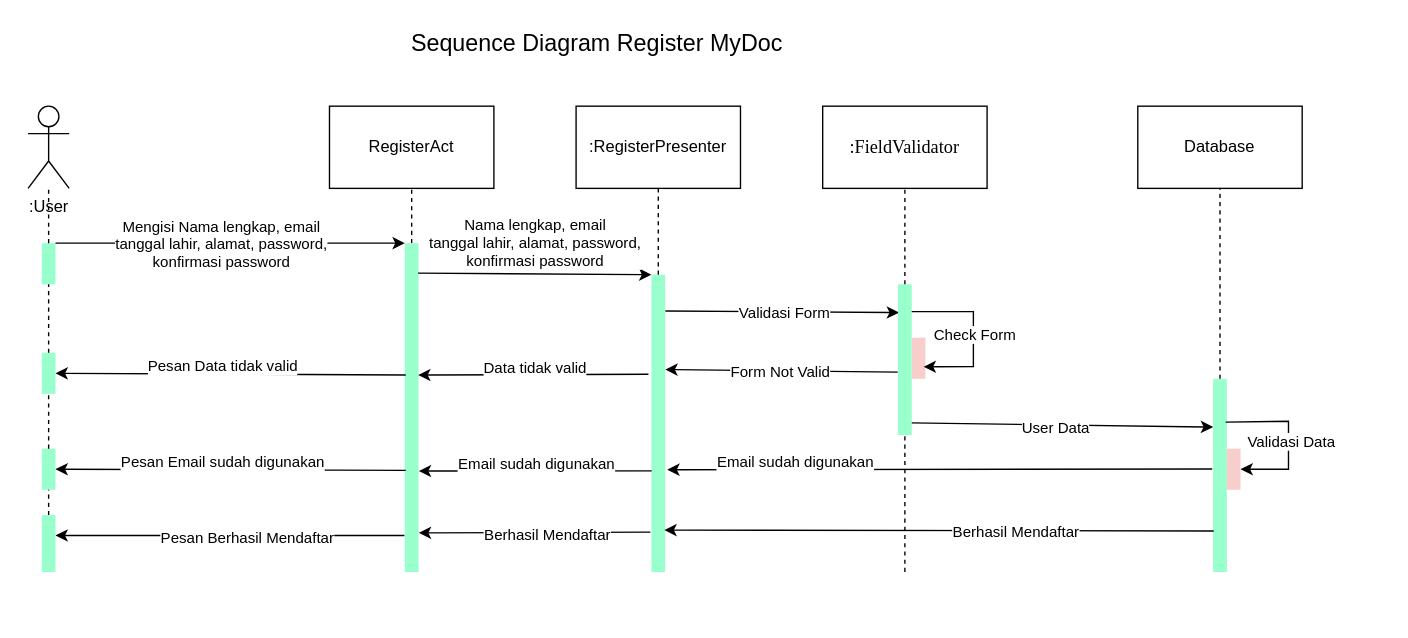
The draw.io diagram page "Register" (3 of 7) of documents/squance_diagram.drawio in codernewbie04/MyDoc, before the edit. Source tidied: cells renumbered, new cells numbered last; positions are measured from the earlier drawing's top-left corner, leaving out a move shared by most shapes. Both pictures are drawn from the tidied source at 137%, with x=0, y=0 at pixel (27, 23).
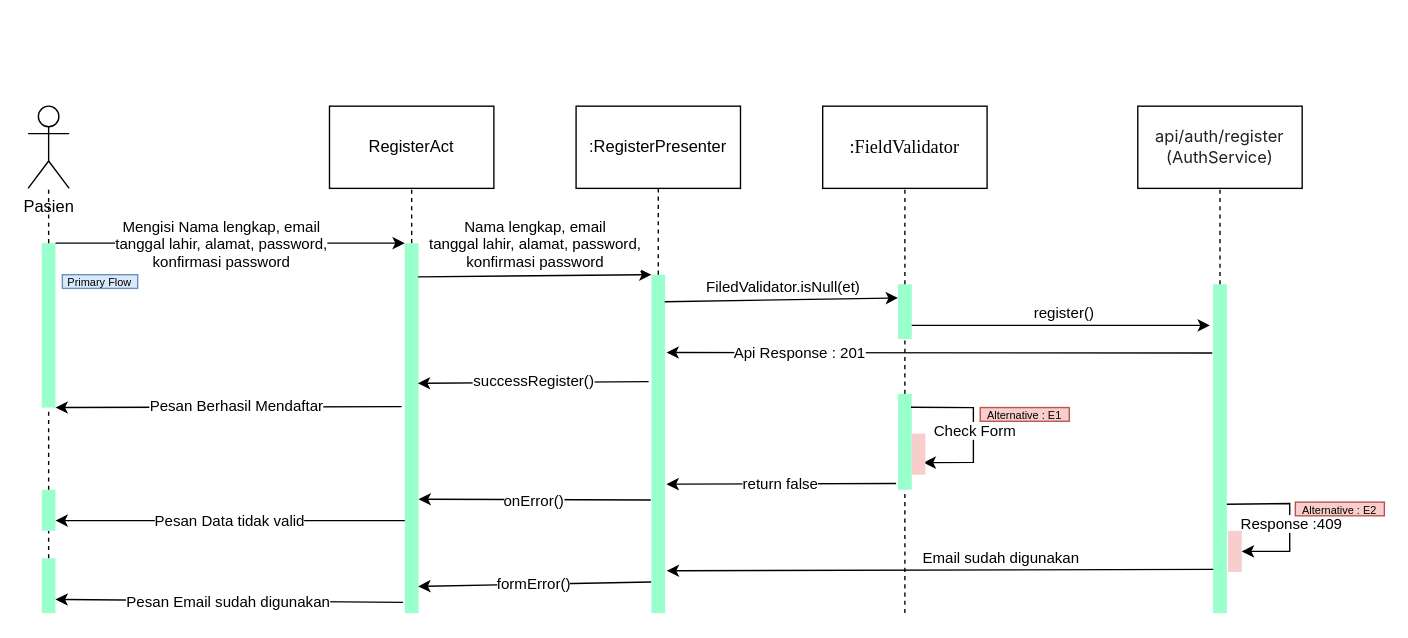
After the change.

Diff of the diagram source:
```diff
@@
-    <mxCell id="2" value=":User" style="shape=umlActor;verticalLabelPosition=bottom;verticalAlign=top;html=1;" parent="1" vertex="1">
+    <mxCell id="2" value="Pasien" style="shape=umlActor;verticalLabelPosition=bottom;verticalAlign=top;html=1;" parent="1" vertex="1">
       <mxGeometry y="60" width="30" height="60" as="geometry" />
     </mxCell>
@@
     <mxCell id="5" style="rounded=0;whiteSpace=wrap;html=1;strokeColor=none;fillColor=#99FFCC;" parent="1" vertex="1">
-      <mxGeometry x="275" y="160" width="10" height="240" as="geometry" />
+      <mxGeometry x="275" y="160" width="10" height="270" as="geometry" />
     </mxCell>
     <mxCell id="6" style="rounded=0;whiteSpace=wrap;html=1;fillColor=#99FFCC;strokeColor=none;" parent="1" vertex="1">
-      <mxGeometry x="10" y="160" width="10" height="30" as="geometry" />
+      <mxGeometry x="10" y="160" width="10" height="120" as="geometry" />
     </mxCell>
@@
-    <mxCell id="11" value="Database" style="rounded=0;whiteSpace=wrap;html=1;" parent="1" vertex="1">
+    <mxCell id="11" value="&lt;span style=&quot;color: rgb(33, 33, 33); font-family: Inter, system-ui, -apple-system, BlinkMacSystemFont, &amp;quot;Segoe UI&amp;quot;, Roboto, Oxygen, Ubuntu, Cantarell, &amp;quot;Fira Sans&amp;quot;, &amp;quot;Droid Sans&amp;quot;, Helvetica, Arial, sans-serif; text-align: left; background-color: rgb(255, 255, 255);&quot;&gt;api/auth/register&lt;br&gt;&lt;/span&gt;&lt;span style=&quot;color: rgb(33, 33, 33); font-family: Inter, system-ui, -apple-system, BlinkMacSystemFont, &amp;quot;Segoe UI&amp;quot;, Roboto, Oxygen, Ubuntu, Cantarell, &amp;quot;Fira Sans&amp;quot;, &amp;quot;Droid Sans&amp;quot;, Helvetica, Arial, sans-serif; text-align: left; background-color: rgb(255, 255, 255);&quot;&gt;(AuthService)&lt;/span&gt;&lt;span style=&quot;color: rgb(33, 33, 33); font-family: Inter, system-ui, -apple-system, BlinkMacSystemFont, &amp;quot;Segoe UI&amp;quot;, Roboto, Oxygen, Ubuntu, Cantarell, &amp;quot;Fira Sans&amp;quot;, &amp;quot;Droid Sans&amp;quot;, Helvetica, Arial, sans-serif; text-align: left; background-color: rgb(255, 255, 255);&quot;&gt;&lt;br&gt;&lt;/span&gt;" style="rounded=0;whiteSpace=wrap;html=1;" parent="1" vertex="1">
       <mxGeometry x="810" y="60" width="120" height="60" as="geometry" />
     </mxCell>
     <mxCell id="12" style="rounded=0;whiteSpace=wrap;html=1;strokeColor=none;fillColor=#99FFCC;" parent="1" vertex="1">
-      <mxGeometry x="455" y="183" width="10" height="217" as="geometry" />
+      <mxGeometry x="455" y="183" width="10" height="247" as="geometry" />
     </mxCell>
@@
-    <mxCell id="16" style="endArrow=classic;html=1;rounded=0;exitX=1.017;exitY=0.122;exitDx=0;exitDy=0;exitPerimeter=0;entryX=0.076;entryY=0.188;entryDx=0;entryDy=0;entryPerimeter=0;" parent="1" edge="1" source="12" target="50">
+    <mxCell id="16" style="endArrow=classic;html=1;rounded=0;exitX=0.966;exitY=0.08;exitDx=0;exitDy=0;exitPerimeter=0;entryX=0;entryY=0.25;entryDx=0;entryDy=0;" parent="1" edge="1" source="12" target="50">
       <mxGeometry relative="1" as="geometry" />
     </mxCell>
-    <mxCell id="17" value="Validasi Form" style="edgeLabel;html=1;align=center;verticalAlign=middle;" parent="16" vertex="1">
-      <mxGeometry x="0.01" relative="1" as="geometry" />
+    <mxCell id="17" value="FiledValidator.isNull(et)" style="edgeLabel;html=1;align=center;verticalAlign=middle;" parent="16" vertex="1">
+      <mxGeometry x="0.01" relative="1" as="geometry">
+        <mxPoint y="-10" as="offset" />
+      </mxGeometry>
     </mxCell>
-    <mxCell id="18" style="rounded=0;whiteSpace=wrap;html=1;fillColor=#f8cecc;strokeColor=none;" parent="1" vertex="1">
-      <mxGeometry x="645" y="229" width="10" height="30" as="geometry" />
-    </mxCell>
-    <mxCell id="19" style="endArrow=classic;html=1;rounded=0;entryX=0.971;entryY=0.401;entryDx=0;entryDy=0;entryPerimeter=0;exitX=-0.219;exitY=0.335;exitDx=0;exitDy=0;exitPerimeter=0;" parent="1" edge="1" source="12" target="5">
-      <mxGeometry relative="1" as="geometry" />
-    </mxCell>
-    <mxCell id="20" value="Data tidak valid" style="edgeLabel;html=1;align=center;verticalAlign=middle;" parent="19" vertex="1">
-      <mxGeometry x="0.16" y="-2" relative="1" as="geometry">
-        <mxPoint x="14" y="-4" as="offset" />
-      </mxGeometry>
-    </mxCell>
-    <mxCell id="21" style="rounded=0;whiteSpace=wrap;html=1;fillColor=#99FFCC;strokeColor=none;" parent="1" vertex="1">
-      <mxGeometry x="10" y="240" width="10" height="30" as="geometry" />
-    </mxCell>
-    <mxCell id="22" style="endArrow=none;dashed=1;html=1;rounded=0;exitX=0.5;exitY=0;exitDx=0;exitDy=0;entryX=0.5;entryY=1;entryDx=0;entryDy=0;" parent="1" edge="1" source="21" target="6">
-      <mxGeometry relative="1" as="geometry" />
-    </mxCell>
-    <mxCell id="23" style="endArrow=classic;html=1;rounded=0;exitX=0.067;exitY=0.401;exitDx=0;exitDy=0;exitPerimeter=0;" parent="1" edge="1" source="5" target="21">
-      <mxGeometry relative="1" as="geometry" />
-    </mxCell>
-    <mxCell id="24" value="Pesan Data tidak valid" style="edgeLabel;html=1;align=center;verticalAlign=middle;" parent="23" vertex="1">
-      <mxGeometry x="0.16" y="-2" relative="1" as="geometry">
-        <mxPoint x="14" y="-4" as="offset" />
-      </mxGeometry>
-    </mxCell>
     <mxCell id="25" style="rounded=0;whiteSpace=wrap;html=1;strokeColor=none;fillColor=#99FFCC;" parent="1" vertex="1">
-      <mxGeometry x="865" y="259" width="10" height="141" as="geometry" />
+      <mxGeometry x="865" y="190" width="10" height="240" as="geometry" />
     </mxCell>
-    <mxCell id="26" style="endArrow=classic;html=1;rounded=0;entryX=0;entryY=0.25;entryDx=0;entryDy=0;exitX=0.96;exitY=0.92;exitDx=0;exitDy=0;exitPerimeter=0;" parent="1" edge="1" source="50" target="25">
-      <mxGeometry relative="1" as="geometry" />
-    </mxCell>
-    <mxCell id="27" value="User Data" style="edgeLabel;html=1;align=center;verticalAlign=middle;" parent="26" vertex="1">
-      <mxGeometry x="-0.05" y="-2" relative="1" as="geometry" />
-    </mxCell>
-    <mxCell id="28" style="endArrow=classic;html=1;rounded=0;exitX=0.912;exitY=0.224;exitDx=0;exitDy=0;exitPerimeter=0;entryX=1;entryY=0.5;entryDx=0;entryDy=0;" parent="1" edge="1" source="25" target="30">
-      <mxGeometry relative="1" as="geometry">
-        <Array as="points">
-          <mxPoint x="920" y="290" />
-          <mxPoint x="920" y="325" />
-        </Array>
-      </mxGeometry>
-    </mxCell>
-    <mxCell id="29" value="Validasi Data" style="edgeLabel;html=1;align=center;verticalAlign=middle;" parent="28" vertex="1">
-      <mxGeometry x="-0.01" y="1" relative="1" as="geometry">
-        <mxPoint y="3" as="offset" />
-      </mxGeometry>
-    </mxCell>
-    <mxCell id="30" style="rounded=0;whiteSpace=wrap;html=1;fillColor=#f8cecc;strokeColor=none;" parent="1" vertex="1">
-      <mxGeometry x="875" y="310" width="10" height="30" as="geometry" />
-    </mxCell>
-    <mxCell id="31" style="endArrow=classic;html=1;rounded=0;entryX=1.156;entryY=0.656;entryDx=0;entryDy=0;entryPerimeter=0;exitX=-0.067;exitY=0.467;exitDx=0;exitDy=0;exitPerimeter=0;" parent="1" edge="1" source="25" target="12">
-      <mxGeometry relative="1" as="geometry" />
-    </mxCell>
-    <mxCell id="32" value="Email sudah digunakan" style="edgeLabel;html=1;align=center;verticalAlign=middle;" parent="31" vertex="1">
-      <mxGeometry x="0.16" y="-2" relative="1" as="geometry">
-        <mxPoint x="-74" y="-4" as="offset" />
-      </mxGeometry>
-    </mxCell>
-    <mxCell id="33" style="endArrow=classic;html=1;rounded=0;entryX=1.019;entryY=0.693;entryDx=0;entryDy=0;entryPerimeter=0;exitX=0.019;exitY=0.66;exitDx=0;exitDy=0;exitPerimeter=0;" parent="1" edge="1" source="12" target="5">
-      <mxGeometry relative="1" as="geometry" />
-    </mxCell>
-    <mxCell id="34" value="Email sudah digunakan" style="edgeLabel;html=1;align=center;verticalAlign=middle;" parent="33" vertex="1">
-      <mxGeometry x="0.16" y="-2" relative="1" as="geometry">
-        <mxPoint x="14" y="-4" as="offset" />
-      </mxGeometry>
-    </mxCell>
     <mxCell id="35" style="rounded=0;whiteSpace=wrap;html=1;fillColor=#99FFCC;strokeColor=none;" parent="1" vertex="1">
-      <mxGeometry x="10" y="310" width="10" height="30" as="geometry" />
+      <mxGeometry x="10" y="340" width="10" height="30" as="geometry" />
     </mxCell>
-    <mxCell id="36" style="endArrow=classic;html=1;rounded=0;entryX=1;entryY=0.5;entryDx=0;entryDy=0;exitX=0.067;exitY=0.691;exitDx=0;exitDy=0;exitPerimeter=0;" parent="1" edge="1" source="5" target="35">
-      <mxGeometry relative="1" as="geometry" />
-    </mxCell>
-    <mxCell id="37" value="Pesan Email sudah digunakan" style="edgeLabel;html=1;align=center;verticalAlign=middle;" parent="36" vertex="1">
-      <mxGeometry x="0.16" y="-2" relative="1" as="geometry">
-        <mxPoint x="14" y="-4" as="offset" />
-      </mxGeometry>
-    </mxCell>
-    <mxCell id="38" style="endArrow=none;dashed=1;html=1;rounded=0;exitX=0.5;exitY=0;exitDx=0;exitDy=0;entryX=0.5;entryY=1;entryDx=0;entryDy=0;" parent="1" edge="1" source="35" target="21">
+    <mxCell id="38" style="endArrow=none;dashed=1;html=1;rounded=0;exitX=0.5;exitY=0;exitDx=0;exitDy=0;entryX=0.5;entryY=1;entryDx=0;entryDy=0;" parent="1" edge="1" source="35" target="6">
       <mxGeometry relative="1" as="geometry" />
     </mxCell>
-    <mxCell id="39" style="endArrow=none;dashed=1;html=1;rounded=0;entryX=0.5;entryY=1;entryDx=0;entryDy=0;exitX=0.5;exitY=0;exitDx=0;exitDy=0;" parent="1" edge="1" source="25" target="11">
-      <mxGeometry relative="1" as="geometry" />
-    </mxCell>
-    <mxCell id="40" style="endArrow=classic;html=1;rounded=0;entryX=0.943;entryY=0.859;entryDx=0;entryDy=0;entryPerimeter=0;exitX=0.044;exitY=0.788;exitDx=0;exitDy=0;exitPerimeter=0;" parent="1" edge="1" source="25" target="12">
-      <mxGeometry relative="1" as="geometry" />
-    </mxCell>
-    <mxCell id="41" value="Berhasil Mendaftar" style="edgeLabel;html=1;align=center;verticalAlign=middle;" parent="40" vertex="1">
-      <mxGeometry x="-0.1" y="1" relative="1" as="geometry">
-        <mxPoint x="35" as="offset" />
-      </mxGeometry>
-    </mxCell>
-    <mxCell id="42" style="endArrow=classic;html=1;rounded=0;exitX=-0.076;exitY=0.866;exitDx=0;exitDy=0;entryX=1.019;entryY=0.881;entryDx=0;entryDy=0;entryPerimeter=0;exitPerimeter=0;" parent="1" edge="1" source="12" target="5">
-      <mxGeometry relative="1" as="geometry" />
-    </mxCell>
-    <mxCell id="43" value="Berhasil Mendaftar" style="edgeLabel;html=1;align=center;verticalAlign=middle;" parent="42" vertex="1">
-      <mxGeometry x="-0.1" y="1" relative="1" as="geometry" />
-    </mxCell>
-    <mxCell id="44" style="endArrow=classic;html=1;rounded=0;exitX=-0.029;exitY=0.889;exitDx=0;exitDy=0;entryX=1;entryY=0.358;entryDx=0;entryDy=0;exitPerimeter=0;entryPerimeter=0;" parent="1" edge="1" source="5" target="46">
-      <mxGeometry relative="1" as="geometry" />
-    </mxCell>
-    <mxCell id="45" value="Pesan Berhasil Mendaftar" style="edgeLabel;html=1;align=center;verticalAlign=middle;" parent="44" vertex="1">
-      <mxGeometry x="-0.1" y="1" relative="1" as="geometry" />
-    </mxCell>
     <mxCell id="46" style="rounded=0;whiteSpace=wrap;html=1;fillColor=#99FFCC;strokeColor=none;" parent="1" vertex="1">
-      <mxGeometry x="10" y="358.5" width="10" height="41.5" as="geometry" />
+      <mxGeometry x="10" y="390" width="10" height="40" as="geometry" />
     </mxCell>
@@
-    <mxCell id="48" value="&lt;font style=&quot;font-size: 17px;&quot;&gt;Sequence Diagram Register MyDoc&lt;/font&gt;" style="text;html=1;align=center;verticalAlign=middle;strokeColor=none;fillColor=none;" parent="1" vertex="1">
-      <mxGeometry x="270" width="290" height="30" as="geometry" />
-    </mxCell>
@@
     <mxCell id="50" style="rounded=0;whiteSpace=wrap;html=1;strokeColor=none;fillColor=#99FFCC;" parent="1" vertex="1">
-      <mxGeometry x="635" y="190" width="10" height="110" as="geometry" />
+      <mxGeometry x="635" y="190" width="10" height="40" as="geometry" />
     </mxCell>
-    <mxCell id="51" style="endArrow=classic;html=1;rounded=0;exitX=1.017;exitY=0.122;exitDx=0;exitDy=0;exitPerimeter=0;entryX=0.865;entryY=0.708;entryDx=0;entryDy=0;entryPerimeter=0;" parent="1" edge="1" target="18">
-      <mxGeometry relative="1" as="geometry">
-        <mxPoint x="645" y="210" as="sourcePoint" />
-        <Array as="points">
-          <mxPoint x="690" y="210" />
-          <mxPoint x="690" y="250" />
-        </Array>
-      </mxGeometry>
-    </mxCell>
-    <mxCell id="52" value="Check Form" style="edgeLabel;html=1;align=center;verticalAlign=middle;" parent="51" vertex="1">
-      <mxGeometry x="0.01" relative="1" as="geometry" />
-    </mxCell>
-    <mxCell id="53" style="endArrow=classic;html=1;rounded=0;exitX=-0.025;exitY=0.583;exitDx=0;exitDy=0;entryX=1.013;entryY=0.319;entryDx=0;entryDy=0;entryPerimeter=0;exitPerimeter=0;" parent="1" edge="1" source="50" target="12">
+    <mxCell id="53" style="endArrow=classic;html=1;rounded=0;exitX=-0.06;exitY=0.209;exitDx=0;exitDy=0;entryX=1.1;entryY=0.23;entryDx=0;entryDy=0;entryPerimeter=0;exitPerimeter=0;" parent="1" edge="1" source="25" target="12">
       <mxGeometry relative="1" as="geometry" />
     </mxCell>
-    <mxCell id="54" value="Form Not Valid" style="edgeLabel;html=1;align=center;verticalAlign=middle;" parent="53" vertex="1">
-      <mxGeometry x="0.01" relative="1" as="geometry" />
-    </mxCell>
+    <mxCell id="57" value="Api Response : 201" style="edgeLabel;html=1;align=center;verticalAlign=middle;" parent="53" vertex="1">
+      <mxGeometry x="-0.16" y="-1" relative="1" as="geometry">
+        <mxPoint x="-135" as="offset" />
+      </mxGeometry>
+    </mxCell>
@@
-    <mxCell id="56" style="endArrow=none;dashed=1;html=1;rounded=0;entryX=0.5;entryY=1;entryDx=0;entryDy=0;" parent="1" edge="1" target="50">
-      <mxGeometry relative="1" as="geometry">
-        <mxPoint x="640" y="400" as="sourcePoint" />
-      </mxGeometry>
+    <mxCell id="56" style="endArrow=none;dashed=1;html=1;rounded=0;entryX=0.5;entryY=1;entryDx=0;entryDy=0;exitX=0.5;exitY=0;exitDx=0;exitDy=0;" parent="1" edge="1" source="62" target="50">
+      <mxGeometry relative="1" as="geometry" />
     </mxCell>
+    <mxCell id="39" style="endArrow=none;dashed=1;html=1;rounded=0;entryX=0.5;entryY=1;entryDx=0;entryDy=0;exitX=0.5;exitY=0;exitDx=0;exitDy=0;" parent="1" edge="1" source="25" target="11">
+      <mxGeometry relative="1" as="geometry" />
+    </mxCell>
+    <mxCell id="26" style="endArrow=classic;html=1;rounded=0;exitX=1;exitY=0.75;exitDx=0;exitDy=0;entryX=-0.233;entryY=0.125;entryDx=0;entryDy=0;entryPerimeter=0;" parent="1" edge="1" source="50" target="25">
+      <mxGeometry relative="1" as="geometry" />
+    </mxCell>
+    <mxCell id="58" value="register()" style="edgeLabel;html=1;align=center;verticalAlign=middle;" parent="26" vertex="1">
+      <mxGeometry x="0.01" relative="1" as="geometry">
+        <mxPoint y="-10" as="offset" />
+      </mxGeometry>
+    </mxCell>
+    <mxCell id="59" style="endArrow=classic;html=1;rounded=0;entryX=0.949;entryY=0.379;entryDx=0;entryDy=0;entryPerimeter=0;exitX=-0.203;exitY=0.316;exitDx=0;exitDy=0;exitPerimeter=0;" parent="1" edge="1" source="12" target="5">
+      <mxGeometry relative="1" as="geometry" />
+    </mxCell>
+    <mxCell id="60" value="successRegister()" style="edgeLabel;html=1;align=center;verticalAlign=middle;" parent="59" vertex="1">
+      <mxGeometry x="-0.13" relative="1" as="geometry">
+        <mxPoint x="-11" y="-1" as="offset" />
+      </mxGeometry>
+    </mxCell>
+    <mxCell id="61" style="endArrow=classic;html=1;rounded=0;entryX=1;entryY=1;entryDx=0;entryDy=0;exitX=-0.233;exitY=0.442;exitDx=0;exitDy=0;exitPerimeter=0;" parent="1" edge="1" source="5" target="6">
+      <mxGeometry relative="1" as="geometry" />
+    </mxCell>
+    <mxCell id="45" value="Pesan Berhasil Mendaftar" style="edgeLabel;html=1;align=center;verticalAlign=middle;" parent="61" vertex="1">
+      <mxGeometry x="-0.13" relative="1" as="geometry">
+        <mxPoint x="-11" y="-1" as="offset" />
+      </mxGeometry>
+    </mxCell>
+    <mxCell id="62" style="rounded=0;whiteSpace=wrap;html=1;strokeColor=none;fillColor=#99FFCC;" parent="1" vertex="1">
+      <mxGeometry x="635" y="270" width="10" height="70" as="geometry" />
+    </mxCell>
+    <mxCell id="63" style="endArrow=classic;html=1;rounded=0;entryX=0.865;entryY=0.708;entryDx=0;entryDy=0;entryPerimeter=0;exitX=0.945;exitY=0.14;exitDx=0;exitDy=0;exitPerimeter=0;" parent="1" edge="1" source="62" target="64">
+      <mxGeometry relative="1" as="geometry">
+        <Array as="points">
+          <mxPoint x="690" y="280" />
+          <mxPoint x="690" y="320" />
+        </Array>
+      </mxGeometry>
+    </mxCell>
+    <mxCell id="52" value="Check Form" style="edgeLabel;html=1;align=center;verticalAlign=middle;" parent="63" vertex="1">
+      <mxGeometry x="0.01" relative="1" as="geometry" />
+    </mxCell>
+    <mxCell id="64" style="rounded=0;whiteSpace=wrap;html=1;fillColor=#f8cecc;strokeColor=none;" parent="1" vertex="1">
+      <mxGeometry x="645" y="299" width="10" height="30" as="geometry" />
+    </mxCell>
+    <mxCell id="65" value="&lt;font style=&quot;font-size: 8px;&quot;&gt;Primary Flow&lt;/font&gt;" style="text;html=1;strokeColor=#6c8ebf;fillColor=#dae8fc;align=center;verticalAlign=middle;whiteSpace=wrap;rounded=0;" parent="1" vertex="1">
+      <mxGeometry x="25" y="183" width="55" height="10" as="geometry" />
+    </mxCell>
+    <mxCell id="66" value="&lt;font style=&quot;font-size: 8px;&quot;&gt;Alternative : E1&lt;/font&gt;" style="text;html=1;strokeColor=#b85450;fillColor=#f8cecc;align=center;verticalAlign=middle;whiteSpace=wrap;rounded=0;" parent="1" vertex="1">
+      <mxGeometry x="695" y="280" width="65" height="10" as="geometry" />
+    </mxCell>
+    <mxCell id="67" style="endArrow=classic;html=1;rounded=0;exitX=-0.141;exitY=0.934;exitDx=0;exitDy=0;entryX=1.098;entryY=0.619;entryDx=0;entryDy=0;entryPerimeter=0;exitPerimeter=0;" parent="1" edge="1" source="62" target="12">
+      <mxGeometry relative="1" as="geometry" />
+    </mxCell>
+    <mxCell id="68" value="return false" style="edgeLabel;html=1;align=center;verticalAlign=middle;" parent="67" vertex="1">
+      <mxGeometry x="0.01" relative="1" as="geometry" />
+    </mxCell>
+    <mxCell id="69" style="endArrow=classic;html=1;rounded=0;exitX=0;exitY=0.75;exitDx=0;exitDy=0;entryX=1.046;entryY=0.709;entryDx=0;entryDy=0;entryPerimeter=0;" parent="1" edge="1">
+      <mxGeometry relative="1" as="geometry">
+        <mxPoint x="454.5" y="347.5" as="sourcePoint" />
+        <mxPoint x="285" y="346.9" as="targetPoint" />
+      </mxGeometry>
+    </mxCell>
+    <mxCell id="70" value="onError()" style="edgeLabel;html=1;align=center;verticalAlign=middle;" parent="69" vertex="1">
+      <mxGeometry x="0.01" relative="1" as="geometry" />
+    </mxCell>
+    <mxCell id="36" style="endArrow=classic;html=1;rounded=0;exitX=0;exitY=0.75;exitDx=0;exitDy=0;entryX=1;entryY=0.75;entryDx=0;entryDy=0;" parent="1" edge="1" source="5" target="35">
+      <mxGeometry relative="1" as="geometry" />
+    </mxCell>
+    <mxCell id="24" value="Pesan Data tidak valid" style="edgeLabel;html=1;align=center;verticalAlign=middle;" parent="36" vertex="1">
+      <mxGeometry x="0.01" relative="1" as="geometry" />
+    </mxCell>
+    <mxCell id="71" style="endArrow=none;dashed=1;html=1;rounded=0;entryX=0.5;entryY=1;entryDx=0;entryDy=0;" parent="1" edge="1" target="62">
+      <mxGeometry relative="1" as="geometry">
+        <mxPoint x="640" y="430" as="sourcePoint" />
+      </mxGeometry>
+    </mxCell>
+    <mxCell id="72" style="endArrow=classic;html=1;rounded=0;exitX=0.912;exitY=0.224;exitDx=0;exitDy=0;exitPerimeter=0;entryX=1;entryY=0.5;entryDx=0;entryDy=0;" parent="1" edge="1" target="74">
+      <mxGeometry relative="1" as="geometry">
+        <mxPoint x="875" y="350.6" as="sourcePoint" />
+        <Array as="points">
+          <mxPoint x="920.9" y="350" />
+          <mxPoint x="920.9" y="385" />
+        </Array>
+      </mxGeometry>
+    </mxCell>
+    <mxCell id="73" value="Response :409" style="edgeLabel;html=1;align=center;verticalAlign=middle;" parent="72" vertex="1">
+      <mxGeometry x="-0.01" y="1" relative="1" as="geometry">
+        <mxPoint y="3" as="offset" />
+      </mxGeometry>
+    </mxCell>
+    <mxCell id="74" style="rounded=0;whiteSpace=wrap;html=1;fillColor=#f8cecc;strokeColor=none;" parent="1" vertex="1">
+      <mxGeometry x="875.9" y="370" width="10" height="30" as="geometry" />
+    </mxCell>
+    <mxCell id="75" style="endArrow=classic;html=1;rounded=0;entryX=1.116;entryY=0.875;entryDx=0;entryDy=0;entryPerimeter=0;exitX=0.007;exitY=0.867;exitDx=0;exitDy=0;exitPerimeter=0;" parent="1" edge="1" source="25" target="12">
+      <mxGeometry relative="1" as="geometry" />
+    </mxCell>
+    <mxCell id="76" value="Email sudah digunakan" style="edgeLabel;html=1;align=center;verticalAlign=middle;" parent="75" vertex="1">
+      <mxGeometry x="0.16" y="-2" relative="1" as="geometry">
+        <mxPoint x="75" y="-7" as="offset" />
+      </mxGeometry>
+    </mxCell>
+    <mxCell id="77" value="&lt;font style=&quot;font-size: 8px;&quot;&gt;Alternative : E2&lt;/font&gt;" style="text;html=1;strokeColor=#b85450;fillColor=#f8cecc;align=center;verticalAlign=middle;whiteSpace=wrap;rounded=0;" parent="1" vertex="1">
+      <mxGeometry x="925" y="349" width="65" height="10" as="geometry" />
+    </mxCell>
+    <mxCell id="78" style="endArrow=classic;html=1;rounded=0;exitX=-0.021;exitY=0.908;exitDx=0;exitDy=0;exitPerimeter=0;entryX=0.979;entryY=0.928;entryDx=0;entryDy=0;entryPerimeter=0;" parent="1" edge="1" source="12" target="5">
+      <mxGeometry relative="1" as="geometry" />
+    </mxCell>
+    <mxCell id="79" value="formError()" style="edgeLabel;html=1;align=center;verticalAlign=middle;" parent="78" vertex="1">
+      <mxGeometry x="0.01" relative="1" as="geometry" />
+    </mxCell>
+    <mxCell id="44" style="endArrow=classic;html=1;rounded=0;entryX=1;entryY=0.75;entryDx=0;entryDy=0;exitX=-0.123;exitY=0.971;exitDx=0;exitDy=0;exitPerimeter=0;" parent="1" edge="1" source="5" target="46">
+      <mxGeometry relative="1" as="geometry" />
+    </mxCell>
+    <mxCell id="37" value="Pesan Email sudah digunakan" style="edgeLabel;html=1;align=center;verticalAlign=middle;" parent="44" vertex="1">
+      <mxGeometry x="0.01" relative="1" as="geometry" />
+    </mxCell>
```
